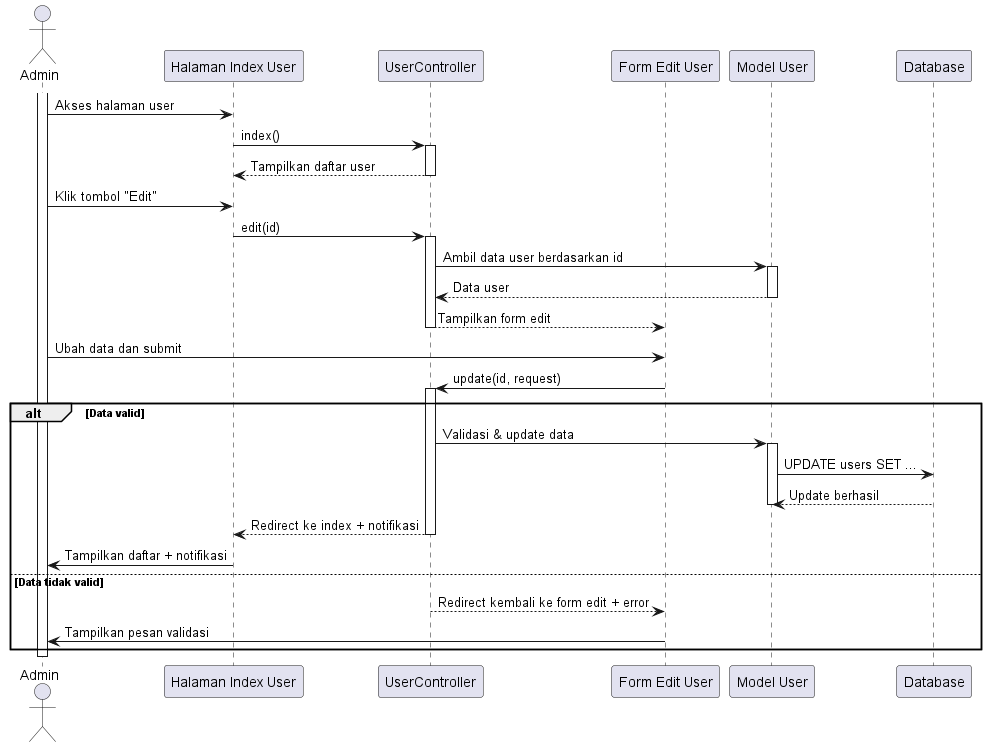
This is out/sequence diagram/user/mengedit_user/mengedit_user.png from tengahcang/UML_TA, a PlantUML export, as it was before one commit. The source it was exported from:
```plantuml
@startuml
actor Admin

participant "Halaman Index User" as UserIndex
participant "UserController" as Controller
participant "Form Edit User" as EditForm
participant "Model User" as UserModel
participant "Database" as DB

activate Admin
Admin -> UserIndex: Akses halaman user
UserIndex -> Controller: index()
activate Controller
Controller --> UserIndex: Tampilkan daftar user
deactivate Controller

Admin -> UserIndex: Klik tombol "Edit"
UserIndex -> Controller: edit(id)
activate Controller
Controller -> UserModel: Ambil data user berdasarkan id
activate UserModel
UserModel --> Controller: Data user
deactivate UserModel
Controller --> EditForm: Tampilkan form edit
deactivate Controller

Admin -> EditForm: Ubah data dan submit
EditForm -> Controller: update(id, request)
activate Controller

alt Data valid
    Controller -> UserModel: Validasi & update data
    activate UserModel
    UserModel -> DB: UPDATE users SET ...
    DB --> UserModel: Update berhasil
    deactivate UserModel

    Controller --> UserIndex: Redirect ke index + notifikasi
    deactivate Controller
    UserIndex -> Admin: Tampilkan daftar + notifikasi
else Data tidak valid
    Controller --> EditForm: Redirect kembali ke form edit + error
    deactivate Controller
    EditForm -> Admin: Tampilkan pesan validasi
end
deactivate Admin
@enduml
```
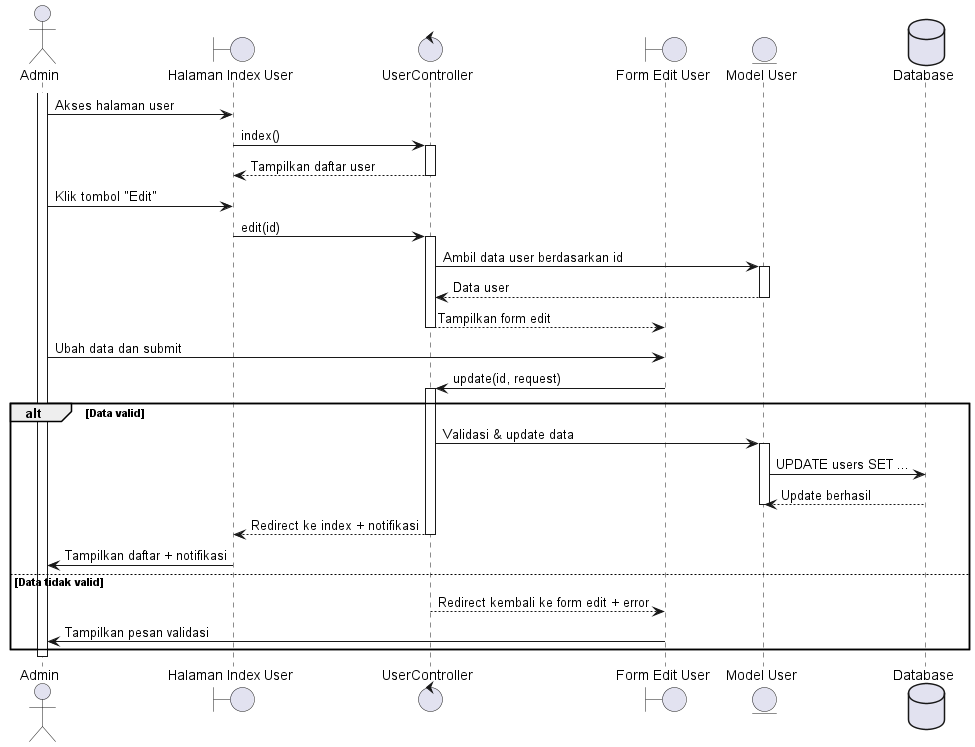
Later version of the same file.

Diff of the diagram source:
```diff
@@ -1,11 +1,11 @@
 @startuml
 actor Admin
 
-participant "Halaman Index User" as UserIndex
-participant "UserController" as Controller
-participant "Form Edit User" as EditForm
-participant "Model User" as UserModel
-participant "Database" as DB
+boundary "Halaman Index User" as UserIndex
+control "UserController" as Controller
+boundary "Form Edit User" as EditForm
+entity "Model User" as UserModel
+database "Database" as DB
 
 activate Admin
 Admin -> UserIndex: Akses halaman user
```
